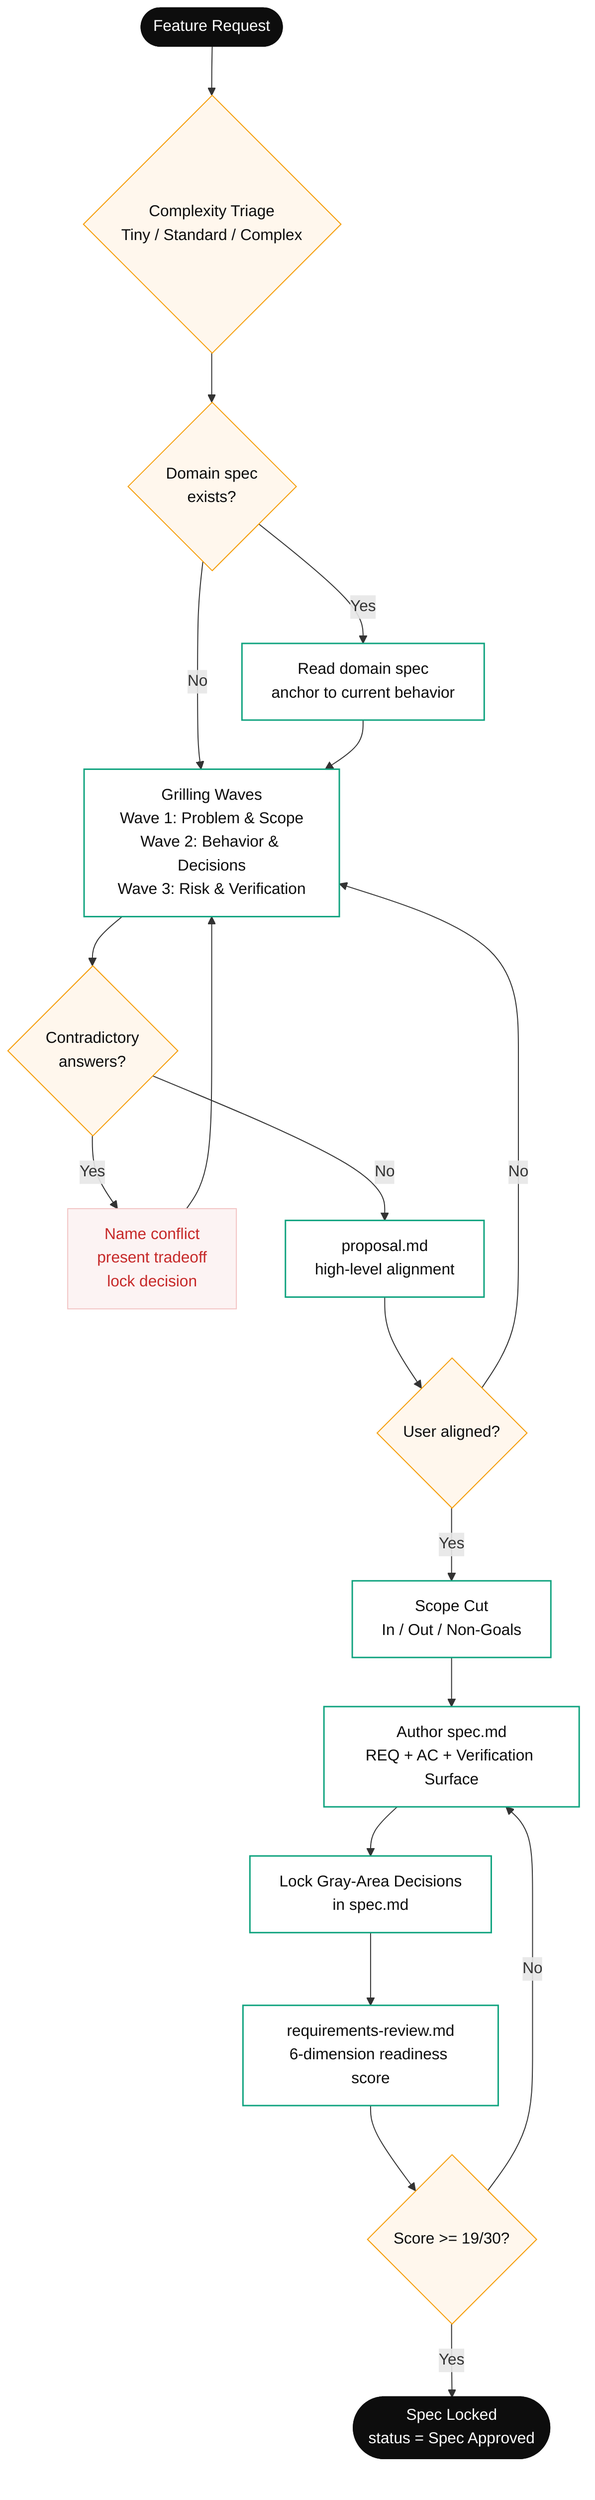
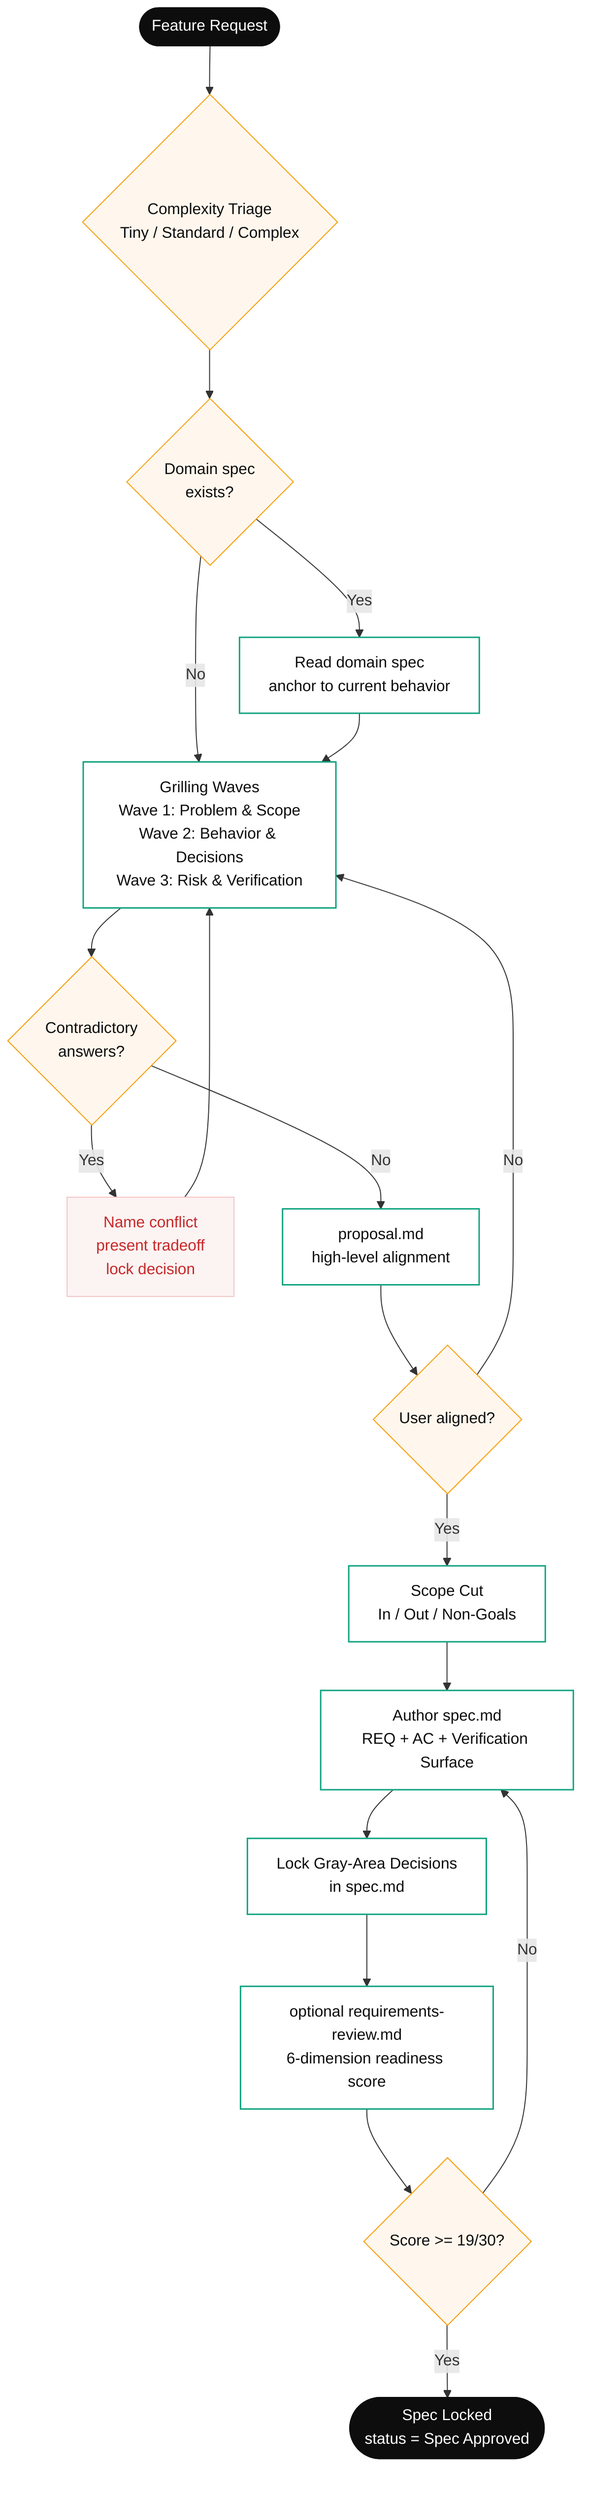
flowchart TD
    %% Spec Lifecycle — proposal to locked spec

    REQ([Feature Request]) --> TRIAGE{Complexity Triage<br/>Tiny / Standard / Complex}
    TRIAGE --> DOM{Domain spec<br/>exists?}
    DOM -- Yes --> READ[Read domain spec<br/>anchor to current behavior]
    DOM -- No --> GRILL
    READ --> GRILL[Grilling Waves<br/>Wave 1: Problem & Scope<br/>Wave 2: Behavior & Decisions<br/>Wave 3: Risk & Verification]

    GRILL --> CONFLICT{Contradictory<br/>answers?}
    CONFLICT -- Yes --> RESOLVE[Name conflict<br/>present tradeoff<br/>lock decision]
    RESOLVE --> GRILL
    CONFLICT -- No --> PROP[proposal.md<br/>high-level alignment]

    PROP --> ALIGN{User aligned?}
    ALIGN -- No --> GRILL
    ALIGN -- Yes --> SCOPE[Scope Cut<br/>In / Out / Non-Goals]
    SCOPE --> AUTHOR[Author spec.md<br/>REQ + AC + Verification Surface]
    AUTHOR --> GRAY[Lock Gray-Area Decisions<br/>in spec.md]
-     GRAY --> REVIEW[requirements-review.md<br/>6-dimension readiness score]
+     GRAY --> REVIEW[optional requirements-review.md<br/>6-dimension readiness score]

    REVIEW --> SCORE{Score >= 19/30?}
    SCORE -- No --> AUTHOR
    SCORE -- Yes --> LOCK([Spec Locked<br/>status = Spec Approved])

    classDef terminal fill:#0d0d0d,stroke:#0d0d0d,color:#fff
    classDef decision fill:#fff7ed,stroke:#f59e0b,color:#0d0d0d
    classDef step fill:#fff,stroke:#10a37f,color:#0d0d0d,stroke-width:1.5px
    classDef loop fill:#fcf3f3,stroke:#f2c4c4,color:#c62828

    class REQ,LOCK terminal
    class TRIAGE,DOM,CONFLICT,ALIGN,SCORE decision
    class READ,GRILL,PROP,SCOPE,AUTHOR,GRAY,REVIEW step
    class RESOLVE loop
